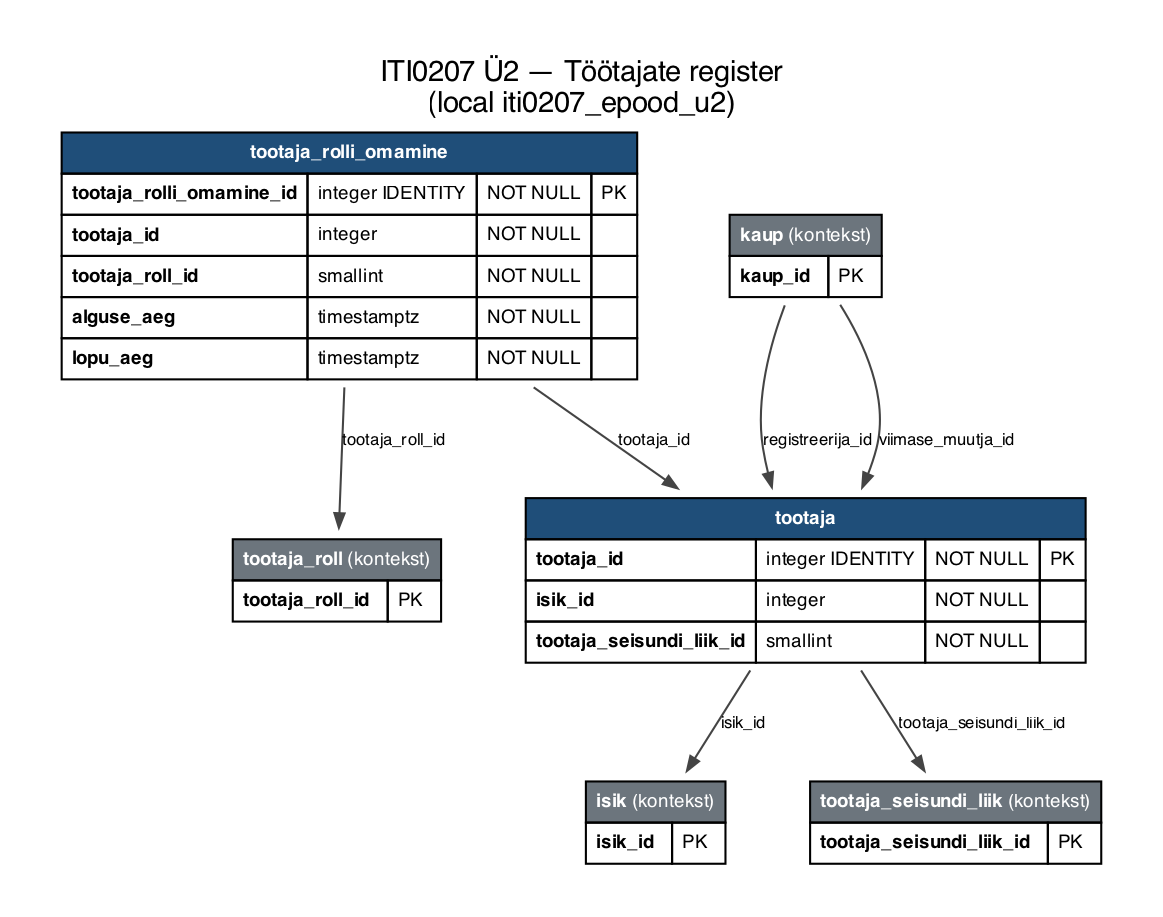
Earlier version of the Graphviz export iti0207-epood/docs/diagrams/u2-03-tootajad.png (tamkivi/andmebaasid-projekt). Its source is kept beside it as iti0207-epood/docs/diagrams/u2-03-tootajad.dot.
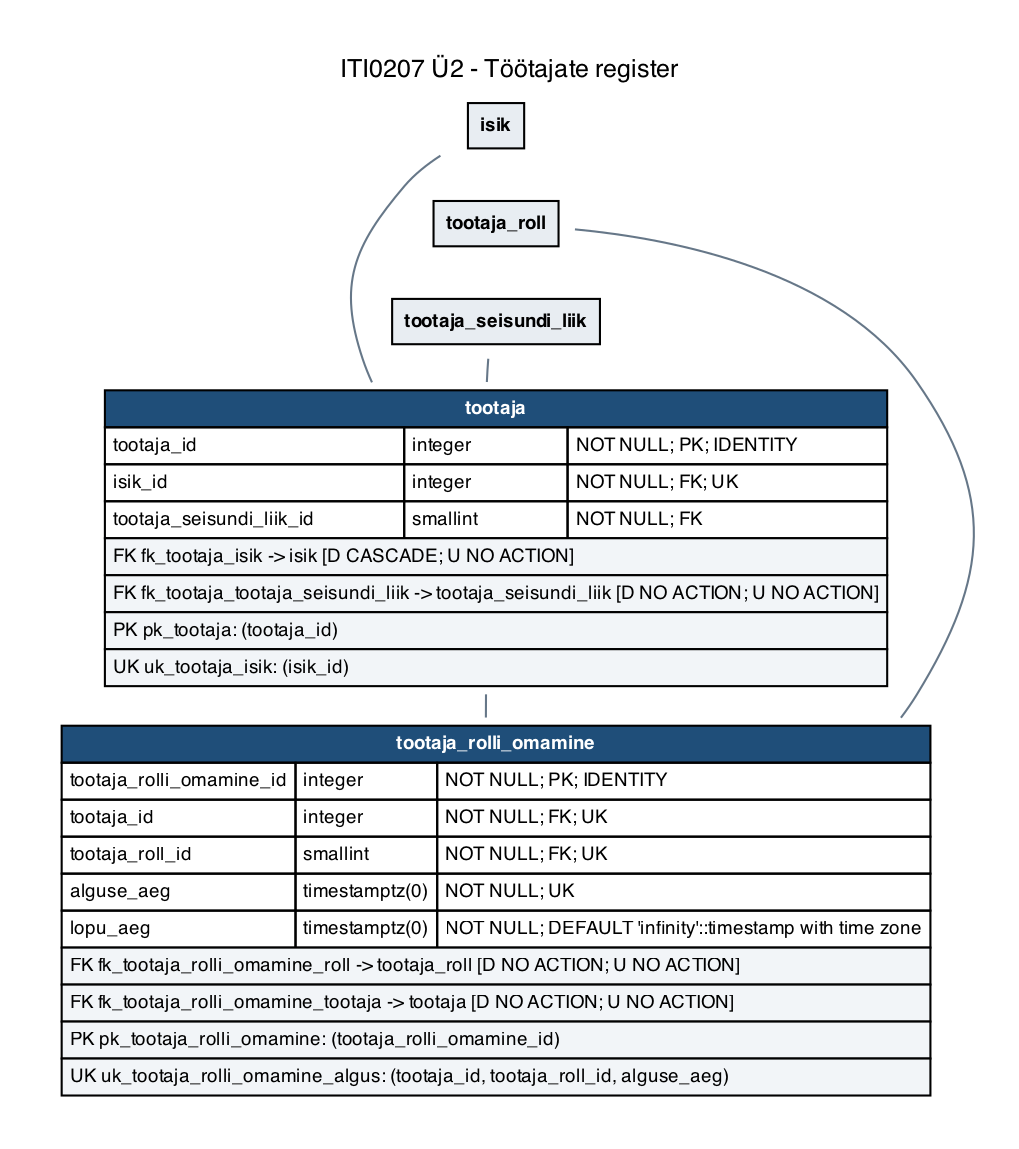
After the commit.

Change to the diagram source:
```diff
@@ -1,19 +1,21 @@
 digraph G {
-  graph [rankdir=TB, bgcolor=white, pad=0.3, nodesep=0.35, ranksep=0.55, fontname=Helvetica];
+  graph [rankdir=TB, bgcolor=white, pad=0.1, nodesep=0.18, ranksep=0.15,
+         fontname=Helvetica, fontsize=12, size="7.3,10.5", page="8.27,11.69", margin=0.2];
   node [shape=plaintext, fontname=Helvetica, fontsize=9];
-  edge [color="#444444", arrowsize=0.7, fontsize=8, fontname=Helvetica];
+  edge [color="#667788", dir=none, fontsize=8, fontname=Helvetica];
   labelloc="t";
-  label="ITI0207 Ü2 — Töötajate register\n(local iti0207_epood_u2)";
-  "tootaja" [label=<<TABLE BORDER="0" CELLBORDER="1" CELLSPACING="0" CELLPADDING="4"><TR><TD COLSPAN="4" BGCOLOR="#1f4e79"><FONT COLOR="white"><B>tootaja</B></FONT></TD></TR><TR><TD ALIGN="LEFT"><B>tootaja_id</B></TD><TD ALIGN="LEFT">integer IDENTITY</TD><TD ALIGN="LEFT">NOT NULL</TD><TD ALIGN="LEFT">PK</TD></TR><TR><TD ALIGN="LEFT"><B>isik_id</B></TD><TD ALIGN="LEFT">integer</TD><TD ALIGN="LEFT">NOT NULL</TD><TD ALIGN="LEFT"></TD></TR><TR><TD ALIGN="LEFT"><B>tootaja_seisundi_liik_id</B></TD><TD ALIGN="LEFT">smallint</TD><TD ALIGN="LEFT">NOT NULL</TD><TD ALIGN="LEFT"></TD></TR></TABLE>>];
-  "tootaja_rolli_omamine" [label=<<TABLE BORDER="0" CELLBORDER="1" CELLSPACING="0" CELLPADDING="4"><TR><TD COLSPAN="4" BGCOLOR="#1f4e79"><FONT COLOR="white"><B>tootaja_rolli_omamine</B></FONT></TD></TR><TR><TD ALIGN="LEFT"><B>tootaja_rolli_omamine_id</B></TD><TD ALIGN="LEFT">integer IDENTITY</TD><TD ALIGN="LEFT">NOT NULL</TD><TD ALIGN="LEFT">PK</TD></TR><TR><TD ALIGN="LEFT"><B>tootaja_id</B></TD><TD ALIGN="LEFT">integer</TD><TD ALIGN="LEFT">NOT NULL</TD><TD ALIGN="LEFT"></TD></TR><TR><TD ALIGN="LEFT"><B>tootaja_roll_id</B></TD><TD ALIGN="LEFT">smallint</TD><TD ALIGN="LEFT">NOT NULL</TD><TD ALIGN="LEFT"></TD></TR><TR><TD ALIGN="LEFT"><B>alguse_aeg</B></TD><TD ALIGN="LEFT">timestamptz</TD><TD ALIGN="LEFT">NOT NULL</TD><TD ALIGN="LEFT"></TD></TR><TR><TD ALIGN="LEFT"><B>lopu_aeg</B></TD><TD ALIGN="LEFT">timestamptz</TD><TD ALIGN="LEFT">NOT NULL</TD><TD ALIGN="LEFT"></TD></TR></TABLE>>];
-  "isik" [label=<<TABLE BORDER="0" CELLBORDER="1" CELLSPACING="0" CELLPADDING="4"><TR><TD COLSPAN="2" BGCOLOR="#6c757d"><FONT COLOR="white"><B>isik</B> (kontekst)</FONT></TD></TR><TR><TD ALIGN="LEFT"><B>isik_id</B></TD><TD ALIGN="LEFT">PK</TD></TR></TABLE>>];
-  "kaup" [label=<<TABLE BORDER="0" CELLBORDER="1" CELLSPACING="0" CELLPADDING="4"><TR><TD COLSPAN="2" BGCOLOR="#6c757d"><FONT COLOR="white"><B>kaup</B> (kontekst)</FONT></TD></TR><TR><TD ALIGN="LEFT"><B>kaup_id</B></TD><TD ALIGN="LEFT">PK</TD></TR></TABLE>>];
-  "tootaja_roll" [label=<<TABLE BORDER="0" CELLBORDER="1" CELLSPACING="0" CELLPADDING="4"><TR><TD COLSPAN="2" BGCOLOR="#6c757d"><FONT COLOR="white"><B>tootaja_roll</B> (kontekst)</FONT></TD></TR><TR><TD ALIGN="LEFT"><B>tootaja_roll_id</B></TD><TD ALIGN="LEFT">PK</TD></TR></TABLE>>];
-  "tootaja_seisundi_liik" [label=<<TABLE BORDER="0" CELLBORDER="1" CELLSPACING="0" CELLPADDING="4"><TR><TD COLSPAN="2" BGCOLOR="#6c757d"><FONT COLOR="white"><B>tootaja_seisundi_liik</B> (kontekst)</FONT></TD></TR><TR><TD ALIGN="LEFT"><B>tootaja_seisundi_liik_id</B></TD><TD ALIGN="LEFT">PK</TD></TR></TABLE>>];
-  "kaup" -> "tootaja" [label="registreerija_id"];
-  "kaup" -> "tootaja" [label="viimase_muutja_id"];
-  "tootaja" -> "isik" [label="isik_id"];
-  "tootaja" -> "tootaja_seisundi_liik" [label="tootaja_seisundi_liik_id"];
-  "tootaja_rolli_omamine" -> "tootaja" [label="tootaja_id"];
-  "tootaja_rolli_omamine" -> "tootaja_roll" [label="tootaja_roll_id"];
+  label="ITI0207 Ü2 - Töötajate register";
+  "tootaja" [label=<<TABLE BORDER="0" CELLBORDER="1" CELLSPACING="0" CELLPADDING="3"><TR><TD COLSPAN="3" BGCOLOR="#1f4e79"><FONT COLOR="white"><B>tootaja</B></FONT></TD></TR><TR><TD ALIGN="LEFT">tootaja_id</TD><TD ALIGN="LEFT">integer</TD><TD ALIGN="LEFT">NOT NULL; PK; IDENTITY</TD></TR><TR><TD ALIGN="LEFT">isik_id</TD><TD ALIGN="LEFT">integer</TD><TD ALIGN="LEFT">NOT NULL; FK; UK</TD></TR><TR><TD ALIGN="LEFT">tootaja_seisundi_liik_id</TD><TD ALIGN="LEFT">smallint</TD><TD ALIGN="LEFT">NOT NULL; FK</TD></TR><TR><TD COLSPAN="3" ALIGN="LEFT" BGCOLOR="#f2f5f8"><FONT POINT-SIZE="9">FK fk_tootaja_isik -&gt; isik [D CASCADE; U NO ACTION]</FONT></TD></TR><TR><TD COLSPAN="3" ALIGN="LEFT" BGCOLOR="#f2f5f8"><FONT POINT-SIZE="9">FK fk_tootaja_tootaja_seisundi_liik -&gt; tootaja_seisundi_liik [D NO ACTION; U NO ACTION]</FONT></TD></TR><TR><TD COLSPAN="3" ALIGN="LEFT" BGCOLOR="#f2f5f8"><FONT POINT-SIZE="9">PK pk_tootaja: (tootaja_id)</FONT></TD></TR><TR><TD COLSPAN="3" ALIGN="LEFT" BGCOLOR="#f2f5f8"><FONT POINT-SIZE="9">UK uk_tootaja_isik: (isik_id)</FONT></TD></TR></TABLE>>];
+  "tootaja_rolli_omamine" [label=<<TABLE BORDER="0" CELLBORDER="1" CELLSPACING="0" CELLPADDING="3"><TR><TD COLSPAN="3" BGCOLOR="#1f4e79"><FONT COLOR="white"><B>tootaja_rolli_omamine</B></FONT></TD></TR><TR><TD ALIGN="LEFT">tootaja_rolli_omamine_id</TD><TD ALIGN="LEFT">integer</TD><TD ALIGN="LEFT">NOT NULL; PK; IDENTITY</TD></TR><TR><TD ALIGN="LEFT">tootaja_id</TD><TD ALIGN="LEFT">integer</TD><TD ALIGN="LEFT">NOT NULL; FK; UK</TD></TR><TR><TD ALIGN="LEFT">tootaja_roll_id</TD><TD ALIGN="LEFT">smallint</TD><TD ALIGN="LEFT">NOT NULL; FK; UK</TD></TR><TR><TD ALIGN="LEFT">alguse_aeg</TD><TD ALIGN="LEFT">timestamptz(0)</TD><TD ALIGN="LEFT">NOT NULL; UK</TD></TR><TR><TD ALIGN="LEFT">lopu_aeg</TD><TD ALIGN="LEFT">timestamptz(0)</TD><TD ALIGN="LEFT">NOT NULL; DEFAULT &#x27;infinity&#x27;::timestamp with time zone</TD></TR><TR><TD COLSPAN="3" ALIGN="LEFT" BGCOLOR="#f2f5f8"><FONT POINT-SIZE="9">FK fk_tootaja_rolli_omamine_roll -&gt; tootaja_roll [D NO ACTION; U NO ACTION]</FONT></TD></TR><TR><TD COLSPAN="3" ALIGN="LEFT" BGCOLOR="#f2f5f8"><FONT POINT-SIZE="9">FK fk_tootaja_rolli_omamine_tootaja -&gt; tootaja [D NO ACTION; U NO ACTION]</FONT></TD></TR><TR><TD COLSPAN="3" ALIGN="LEFT" BGCOLOR="#f2f5f8"><FONT POINT-SIZE="9">PK pk_tootaja_rolli_omamine: (tootaja_rolli_omamine_id)</FONT></TD></TR><TR><TD COLSPAN="3" ALIGN="LEFT" BGCOLOR="#f2f5f8"><FONT POINT-SIZE="9">UK uk_tootaja_rolli_omamine_algus: (tootaja_id, tootaja_roll_id, alguse_aeg)</FONT></TD></TR></TABLE>>];
+  "isik" [label=<<TABLE BORDER="0" CELLBORDER="1" CELLSPACING="0" CELLPADDING="5"><TR><TD BGCOLOR="#e8edf2"><B>isik</B></TD></TR></TABLE>>];
+  "tootaja_roll" [label=<<TABLE BORDER="0" CELLBORDER="1" CELLSPACING="0" CELLPADDING="5"><TR><TD BGCOLOR="#e8edf2"><B>tootaja_roll</B></TD></TR></TABLE>>];
+  "tootaja_seisundi_liik" [label=<<TABLE BORDER="0" CELLBORDER="1" CELLSPACING="0" CELLPADDING="5"><TR><TD BGCOLOR="#e8edf2"><B>tootaja_seisundi_liik</B></TD></TR></TABLE>>];
+  "isik" -> "tootaja";
+  "tootaja_seisundi_liik" -> "tootaja";
+  "tootaja_roll" -> "tootaja_rolli_omamine";
+  "tootaja" -> "tootaja_rolli_omamine";
+  "isik" -> "tootaja_roll" [style=invis, weight=100];
+  "tootaja_roll" -> "tootaja_seisundi_liik" [style=invis, weight=100];
+  "tootaja_seisundi_liik" -> "tootaja" [style=invis, weight=100];
+  "tootaja" -> "tootaja_rolli_omamine" [style=invis, weight=100];
 }
```
